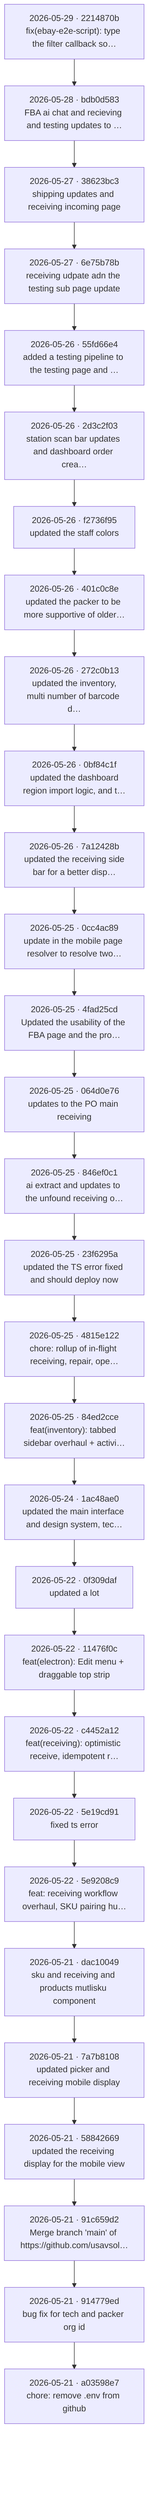
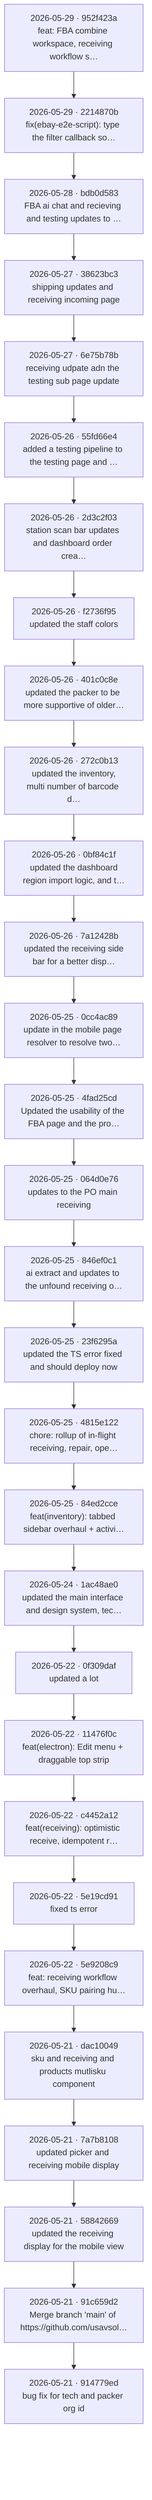
flowchart TB
-   c0["2026-05-29 · 2214870b<br/>fix(ebay-e2e-script): type the filter callback so…"]
-   c1["2026-05-28 · bdb0d583<br/>FBA ai chat and recieving and testing updates to …"]
+   c0["2026-05-29 · 952f423a<br/>feat: FBA combine workspace, receiving workflow s…"]
+   c1["2026-05-29 · 2214870b<br/>fix(ebay-e2e-script): type the filter callback so…"]
  c0 --> c1
-   c2["2026-05-27 · 38623bc3<br/>shipping updates and receiving incoming page"]
+   c2["2026-05-28 · bdb0d583<br/>FBA ai chat and recieving and testing updates to …"]
  c1 --> c2
-   c3["2026-05-27 · 6e75b78b<br/>receiving udpate adn the testing sub page update"]
+   c3["2026-05-27 · 38623bc3<br/>shipping updates and receiving incoming page"]
  c2 --> c3
-   c4["2026-05-26 · 55fd66e4<br/>added a testing pipeline to the testing page and …"]
+   c4["2026-05-27 · 6e75b78b<br/>receiving udpate adn the testing sub page update"]
  c3 --> c4
-   c5["2026-05-26 · 2d3c2f03<br/>station scan bar updates and dashboard order crea…"]
+   c5["2026-05-26 · 55fd66e4<br/>added a testing pipeline to the testing page and …"]
  c4 --> c5
-   c6["2026-05-26 · f2736f95<br/>updated the staff colors"]
+   c6["2026-05-26 · 2d3c2f03<br/>station scan bar updates and dashboard order crea…"]
  c5 --> c6
-   c7["2026-05-26 · 401c0c8e<br/>updated the packer to be more supportive of older…"]
+   c7["2026-05-26 · f2736f95<br/>updated the staff colors"]
  c6 --> c7
-   c8["2026-05-26 · 272c0b13<br/> updated the inventory, multi number of barcode d…"]
+   c8["2026-05-26 · 401c0c8e<br/>updated the packer to be more supportive of older…"]
  c7 --> c8
-   c9["2026-05-26 · 0bf84c1f<br/> updated the dashboard region import logic, and t…"]
+   c9["2026-05-26 · 272c0b13<br/> updated the inventory, multi number of barcode d…"]
  c8 --> c9
-   c10["2026-05-26 · 7a12428b<br/> updated the receiving side bar for a better disp…"]
+   c10["2026-05-26 · 0bf84c1f<br/> updated the dashboard region import logic, and t…"]
  c9 --> c10
-   c11["2026-05-25 · 0cc4ac89<br/>update in the mobile page resolver to resolve two…"]
+   c11["2026-05-26 · 7a12428b<br/> updated the receiving side bar for a better disp…"]
  c10 --> c11
-   c12["2026-05-25 · 4fad25cd<br/>Updated the usability of the FBA page and the pro…"]
+   c12["2026-05-25 · 0cc4ac89<br/>update in the mobile page resolver to resolve two…"]
  c11 --> c12
-   c13["2026-05-25 · 064d0e76<br/>updates to the PO main receiving"]
+   c13["2026-05-25 · 4fad25cd<br/>Updated the usability of the FBA page and the pro…"]
  c12 --> c13
-   c14["2026-05-25 · 846ef0c1<br/>ai extract and updates to the unfound receiving o…"]
+   c14["2026-05-25 · 064d0e76<br/>updates to the PO main receiving"]
  c13 --> c14
-   c15["2026-05-25 · 23f6295a<br/>updated the TS error fixed and should deploy now"]
+   c15["2026-05-25 · 846ef0c1<br/>ai extract and updates to the unfound receiving o…"]
  c14 --> c15
-   c16["2026-05-25 · 4815e122<br/>chore: rollup of in-flight receiving, repair, ope…"]
+   c16["2026-05-25 · 23f6295a<br/>updated the TS error fixed and should deploy now"]
  c15 --> c16
-   c17["2026-05-25 · 84ed2cce<br/>feat(inventory): tabbed sidebar overhaul + activi…"]
+   c17["2026-05-25 · 4815e122<br/>chore: rollup of in-flight receiving, repair, ope…"]
  c16 --> c17
-   c18["2026-05-24 · 1ac48ae0<br/>updated the main interface and design system, tec…"]
+   c18["2026-05-25 · 84ed2cce<br/>feat(inventory): tabbed sidebar overhaul + activi…"]
  c17 --> c18
-   c19["2026-05-22 · 0f309daf<br/>updated a lot"]
+   c19["2026-05-24 · 1ac48ae0<br/>updated the main interface and design system, tec…"]
  c18 --> c19
-   c20["2026-05-22 · 11476f0c<br/>feat(electron): Edit menu + draggable top strip"]
+   c20["2026-05-22 · 0f309daf<br/>updated a lot"]
  c19 --> c20
-   c21["2026-05-22 · c4452a12<br/>feat(receiving): optimistic receive, idempotent r…"]
+   c21["2026-05-22 · 11476f0c<br/>feat(electron): Edit menu + draggable top strip"]
  c20 --> c21
-   c22["2026-05-22 · 5e19cd91<br/>fixed ts error"]
+   c22["2026-05-22 · c4452a12<br/>feat(receiving): optimistic receive, idempotent r…"]
  c21 --> c22
-   c23["2026-05-22 · 5e9208c9<br/>feat: receiving workflow overhaul, SKU pairing hu…"]
+   c23["2026-05-22 · 5e19cd91<br/>fixed ts error"]
  c22 --> c23
-   c24["2026-05-21 · dac10049<br/>sku and receiving and products mutlisku component"]
+   c24["2026-05-22 · 5e9208c9<br/>feat: receiving workflow overhaul, SKU pairing hu…"]
  c23 --> c24
-   c25["2026-05-21 · 7a7b8108<br/>updated picker and receiving mobile display"]
+   c25["2026-05-21 · dac10049<br/>sku and receiving and products mutlisku component"]
  c24 --> c25
-   c26["2026-05-21 · 58842669<br/>updated the receiving display for the mobile view"]
+   c26["2026-05-21 · 7a7b8108<br/>updated picker and receiving mobile display"]
  c25 --> c26
-   c27["2026-05-21 · 91c659d2<br/>Merge branch 'main' of https://github.com/usavsol…"]
+   c27["2026-05-21 · 58842669<br/>updated the receiving display for the mobile view"]
  c26 --> c27
-   c28["2026-05-21 · 914779ed<br/>bug fix for tech and packer org id"]
+   c28["2026-05-21 · 91c659d2<br/>Merge branch 'main' of https://github.com/usavsol…"]
  c27 --> c28
-   c29["2026-05-21 · a03598e7<br/>chore: remove .env from github"]
+   c29["2026-05-21 · 914779ed<br/>bug fix for tech and packer org id"]
  c28 --> c29